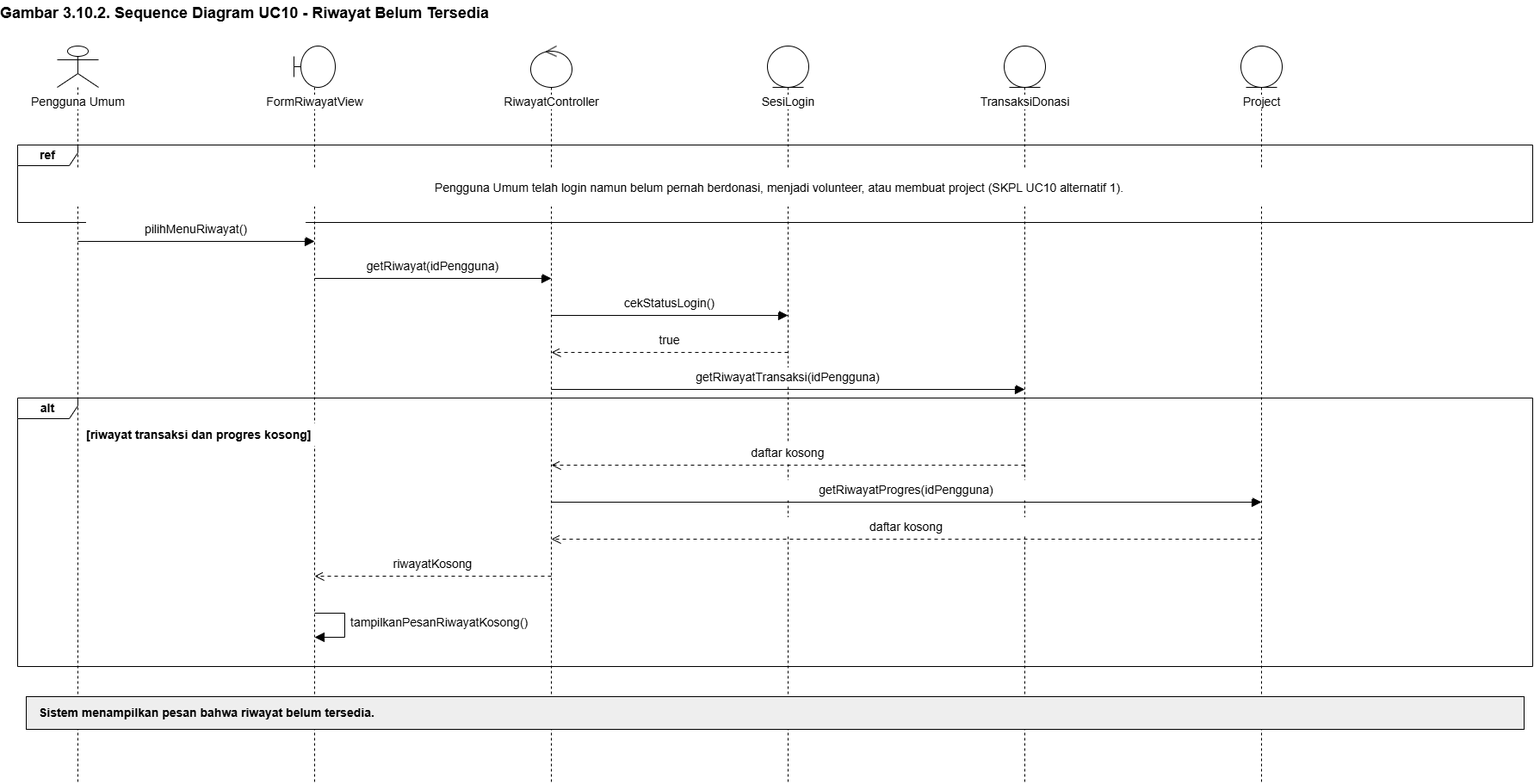
Brynpamungkas/IF2150-RPL-K02-G08 keeps this draw.io diagram as docs/M7/assets/diagram/sequence-uc10-alt1.png. Above is the earlier version. Source tidied: cells renumbered, new cells last; positions are measured from the earlier drawing's top-left corner, leaving out a move shared by most shapes. Its diagram source:
```xml
<mxGraphModel background="#FFFFFF">
  <root>
    <mxCell id="0" />
    <mxCell id="1" parent="0" />
    <mxCell id="2" value="Gambar 3.10.2. Sequence Diagram UC10 - Riwayat Belum Tersedia" style="text;html=1;strokeColor=none;fillColor=none;align=left;verticalAlign=middle;whiteSpace=wrap;overflow=visible;fontFamily=Arial;fontSize=18;fontStyle=1;spacing=0;" parent="1" vertex="1">
      <mxGeometry width="1780" height="30" as="geometry" />
    </mxCell>
    <mxCell id="3" value="Pengguna Umum" style="shape=umlLifeline;participant=umlActor;perimeter=lifelinePerimeter;whiteSpace=nowrap;html=1;verticalAlign=top;spacingTop=50;size=48;fontFamily=Arial;fontSize=14;labelBackgroundColor=#FFFFFF;fillColor=#FFFFFF;strokeColor=#000000;" parent="1" vertex="1">
      <mxGeometry x="66" y="53" width="48" height="856" as="geometry" />
    </mxCell>
    <mxCell id="4" value="FormRiwayatView" style="shape=umlLifeline;participant=umlBoundary;perimeter=lifelinePerimeter;whiteSpace=nowrap;html=1;verticalAlign=top;spacingTop=50;size=48;fontFamily=Arial;fontSize=14;labelBackgroundColor=#FFFFFF;fillColor=#FFFFFF;strokeColor=#000000;" parent="1" vertex="1">
      <mxGeometry x="341" y="53" width="48" height="856" as="geometry" />
    </mxCell>
    <mxCell id="5" value="RiwayatController" style="shape=umlLifeline;participant=umlControl;perimeter=lifelinePerimeter;whiteSpace=nowrap;html=1;verticalAlign=top;spacingTop=50;size=48;fontFamily=Arial;fontSize=14;labelBackgroundColor=#FFFFFF;fillColor=#FFFFFF;strokeColor=#000000;" parent="1" vertex="1">
      <mxGeometry x="616" y="53" width="48" height="856" as="geometry" />
    </mxCell>
    <mxCell id="6" value="SesiLogin" style="shape=umlLifeline;participant=umlEntity;perimeter=lifelinePerimeter;whiteSpace=nowrap;html=1;verticalAlign=top;spacingTop=50;size=48;fontFamily=Arial;fontSize=14;labelBackgroundColor=#FFFFFF;fillColor=#FFFFFF;strokeColor=#000000;" parent="1" vertex="1">
      <mxGeometry x="891" y="53" width="48" height="856" as="geometry" />
    </mxCell>
    <mxCell id="7" value="TransaksiDonasi" style="shape=umlLifeline;participant=umlEntity;perimeter=lifelinePerimeter;whiteSpace=nowrap;html=1;verticalAlign=top;spacingTop=50;size=48;fontFamily=Arial;fontSize=14;labelBackgroundColor=#FFFFFF;fillColor=#FFFFFF;strokeColor=#000000;" parent="1" vertex="1">
      <mxGeometry x="1166" y="53" width="48" height="856" as="geometry" />
    </mxCell>
    <mxCell id="8" value="Project" style="shape=umlLifeline;participant=umlEntity;perimeter=lifelinePerimeter;whiteSpace=nowrap;html=1;verticalAlign=top;spacingTop=50;size=48;fontFamily=Arial;fontSize=14;labelBackgroundColor=#FFFFFF;fillColor=#FFFFFF;strokeColor=#000000;" parent="1" vertex="1">
      <mxGeometry x="1441" y="53" width="48" height="856" as="geometry" />
    </mxCell>
    <mxCell id="9" value="ref" style="shape=umlFrame;whiteSpace=wrap;html=1;width=70;height=24;fontFamily=Arial;fontSize=14;fontStyle=1;fillColor=none;strokeColor=#000000;" parent="1" vertex="1">
      <mxGeometry x="20" y="168" width="1760" height="90" as="geometry" />
    </mxCell>
    <mxCell id="10" value="Pengguna Umum telah login namun belum pernah berdonasi, menjadi volunteer, atau membuat project (SKPL UC10 alternatif 1)." style="text;html=1;strokeColor=none;fillColor=white;align=center;verticalAlign=middle;whiteSpace=wrap;overflow=visible;fontFamily=Arial;fontSize=14;fontStyle=0;spacing=0;" parent="1" vertex="1">
      <mxGeometry x="80" y="195" width="1650" height="45" as="geometry" />
    </mxCell>
    <mxCell id="11" value="alt" style="shape=umlFrame;whiteSpace=wrap;html=1;width=70;height=24;fontFamily=Arial;fontSize=14;fontStyle=1;fillColor=none;strokeColor=#000000;" parent="1" vertex="1">
      <mxGeometry x="20" y="462" width="1760" height="312" as="geometry" />
    </mxCell>
    <mxCell id="12" value="[riwayat transaksi dan progres kosong]" style="text;html=1;strokeColor=none;fillColor=white;align=left;verticalAlign=middle;whiteSpace=wrap;overflow=visible;fontFamily=Arial;fontSize=14;fontStyle=1;spacing=0;" parent="1" vertex="1">
      <mxGeometry x="100" y="492" width="346" height="26" as="geometry" />
    </mxCell>
    <mxCell id="13" style="html=1;rounded=0;endArrow=block;endFill=1;endSize=9;strokeColor=#000000;" parent="1" edge="1">
      <mxGeometry relative="1" as="geometry">
        <mxPoint x="90" y="280" as="sourcePoint" />
        <mxPoint x="365" y="280" as="targetPoint" />
      </mxGeometry>
    </mxCell>
    <mxCell id="14" value="pilihMenuRiwayat()" style="text;html=1;strokeColor=none;fillColor=white;align=center;verticalAlign=middle;whiteSpace=wrap;overflow=visible;fontFamily=Arial;fontSize=14;fontStyle=0;spacing=0;" parent="1" vertex="1">
      <mxGeometry x="100" y="255" width="255" height="22" as="geometry" />
    </mxCell>
    <mxCell id="15" style="html=1;rounded=0;endArrow=block;endFill=1;endSize=9;strokeColor=#000000;" parent="1" edge="1">
      <mxGeometry relative="1" as="geometry">
        <mxPoint x="365" y="323" as="sourcePoint" />
        <mxPoint x="640" y="323" as="targetPoint" />
      </mxGeometry>
    </mxCell>
    <mxCell id="16" value="getRiwayat(idPengguna)" style="text;html=1;strokeColor=none;fillColor=white;align=center;verticalAlign=middle;whiteSpace=wrap;overflow=visible;fontFamily=Arial;fontSize=14;fontStyle=0;spacing=0;" parent="1" vertex="1">
      <mxGeometry x="375" y="298" width="255" height="22" as="geometry" />
    </mxCell>
    <mxCell id="17" style="html=1;rounded=0;endArrow=block;endFill=1;endSize=9;strokeColor=#000000;" parent="1" edge="1">
      <mxGeometry relative="1" as="geometry">
        <mxPoint x="640" y="366" as="sourcePoint" />
        <mxPoint x="915" y="366" as="targetPoint" />
      </mxGeometry>
    </mxCell>
    <mxCell id="18" value="cekStatusLogin()" style="text;html=1;strokeColor=none;fillColor=white;align=center;verticalAlign=middle;whiteSpace=wrap;overflow=visible;fontFamily=Arial;fontSize=14;fontStyle=0;spacing=0;" parent="1" vertex="1">
      <mxGeometry x="650" y="341" width="255" height="22" as="geometry" />
    </mxCell>
    <mxCell id="19" style="html=1;rounded=0;endArrow=open;endFill=0;endSize=9;strokeColor=#000000;dashed=1;dashPattern=4 4;" parent="1" edge="1">
      <mxGeometry relative="1" as="geometry">
        <mxPoint x="915" y="409" as="sourcePoint" />
        <mxPoint x="640" y="409" as="targetPoint" />
      </mxGeometry>
    </mxCell>
    <mxCell id="20" value="true" style="text;html=1;strokeColor=none;fillColor=white;align=center;verticalAlign=middle;whiteSpace=wrap;overflow=visible;fontFamily=Arial;fontSize=14;fontStyle=0;spacing=0;" parent="1" vertex="1">
      <mxGeometry x="650" y="384" width="255" height="22" as="geometry" />
    </mxCell>
    <mxCell id="21" style="html=1;rounded=0;endArrow=block;endFill=1;endSize=9;strokeColor=#000000;" parent="1" edge="1">
      <mxGeometry relative="1" as="geometry">
        <mxPoint x="640" y="452" as="sourcePoint" />
        <mxPoint x="1190" y="452" as="targetPoint" />
      </mxGeometry>
    </mxCell>
    <mxCell id="22" value="getRiwayatTransaksi(idPengguna)" style="text;html=1;strokeColor=none;fillColor=white;align=center;verticalAlign=middle;whiteSpace=wrap;overflow=visible;fontFamily=Arial;fontSize=14;fontStyle=0;spacing=0;" parent="1" vertex="1">
      <mxGeometry x="650" y="427" width="530" height="22" as="geometry" />
    </mxCell>
    <mxCell id="23" style="html=1;rounded=0;endArrow=open;endFill=0;endSize=9;strokeColor=#000000;dashed=1;dashPattern=4 4;" parent="1" edge="1">
      <mxGeometry relative="1" as="geometry">
        <mxPoint x="1190" y="540" as="sourcePoint" />
        <mxPoint x="640" y="540" as="targetPoint" />
      </mxGeometry>
    </mxCell>
    <mxCell id="24" value="daftar kosong" style="text;html=1;strokeColor=none;fillColor=white;align=center;verticalAlign=middle;whiteSpace=wrap;overflow=visible;fontFamily=Arial;fontSize=14;fontStyle=0;spacing=0;" parent="1" vertex="1">
      <mxGeometry x="650" y="515" width="530" height="22" as="geometry" />
    </mxCell>
    <mxCell id="25" style="html=1;rounded=0;endArrow=block;endFill=1;endSize=9;strokeColor=#000000;" parent="1" edge="1">
      <mxGeometry relative="1" as="geometry">
        <mxPoint x="640" y="583" as="sourcePoint" />
        <mxPoint x="1465" y="583" as="targetPoint" />
      </mxGeometry>
    </mxCell>
    <mxCell id="26" value="getRiwayatProgres(idPengguna)" style="text;html=1;strokeColor=none;fillColor=white;align=center;verticalAlign=middle;whiteSpace=wrap;overflow=visible;fontFamily=Arial;fontSize=14;fontStyle=0;spacing=0;" parent="1" vertex="1">
      <mxGeometry x="650" y="558" width="805" height="22" as="geometry" />
    </mxCell>
    <mxCell id="27" style="html=1;rounded=0;endArrow=open;endFill=0;endSize=9;strokeColor=#000000;dashed=1;dashPattern=4 4;" parent="1" edge="1">
      <mxGeometry relative="1" as="geometry">
        <mxPoint x="1465" y="626" as="sourcePoint" />
        <mxPoint x="640" y="626" as="targetPoint" />
      </mxGeometry>
    </mxCell>
    <mxCell id="28" value="daftar kosong" style="text;html=1;strokeColor=none;fillColor=white;align=center;verticalAlign=middle;whiteSpace=wrap;overflow=visible;fontFamily=Arial;fontSize=14;fontStyle=0;spacing=0;" parent="1" vertex="1">
      <mxGeometry x="650" y="601" width="805" height="22" as="geometry" />
    </mxCell>
    <mxCell id="29" style="html=1;rounded=0;endArrow=open;endFill=0;endSize=9;strokeColor=#000000;dashed=1;dashPattern=4 4;" parent="1" edge="1">
      <mxGeometry relative="1" as="geometry">
        <mxPoint x="640" y="669" as="sourcePoint" />
        <mxPoint x="365" y="669" as="targetPoint" />
      </mxGeometry>
    </mxCell>
    <mxCell id="30" value="riwayatKosong" style="text;html=1;strokeColor=none;fillColor=white;align=center;verticalAlign=middle;whiteSpace=wrap;overflow=visible;fontFamily=Arial;fontSize=14;fontStyle=0;spacing=0;" parent="1" vertex="1">
      <mxGeometry x="375" y="644" width="255" height="22" as="geometry" />
    </mxCell>
    <mxCell id="31" style="html=1;rounded=0;endArrow=block;endFill=1;endSize=9;strokeColor=#000000;" parent="1" edge="1">
      <mxGeometry relative="1" as="geometry">
        <mxPoint x="365" y="712" as="sourcePoint" />
        <mxPoint x="365" y="740" as="targetPoint" />
        <Array as="points">
          <mxPoint x="400" y="712" />
          <mxPoint x="400" y="740" />
        </Array>
      </mxGeometry>
    </mxCell>
    <mxCell id="32" value="tampilkanPesanRiwayatKosong()" style="text;html=1;strokeColor=none;fillColor=none;align=left;verticalAlign=middle;whiteSpace=wrap;overflow=visible;fontFamily=Arial;fontSize=14;fontStyle=0;spacing=0;" parent="1" vertex="1">
      <mxGeometry x="407" y="707" width="230" height="32" as="geometry" />
    </mxCell>
    <mxCell id="33" style="rounded=0;whiteSpace=wrap;html=1;fillColor=#EEEEEE;strokeColor=#000000;" parent="1" vertex="1">
      <mxGeometry x="30" y="809" width="1740" height="38" as="geometry" />
    </mxCell>
    <mxCell id="34" value="Sistem menampilkan pesan bahwa riwayat belum tersedia." style="text;html=1;strokeColor=none;fillColor=none;align=left;verticalAlign=middle;whiteSpace=wrap;overflow=visible;fontFamily=Arial;fontSize=14;fontStyle=1;spacing=0;" parent="1" vertex="1">
      <mxGeometry x="45" y="813" width="1710" height="30" as="geometry" />
    </mxCell>
  </root>
</mxGraphModel>
```
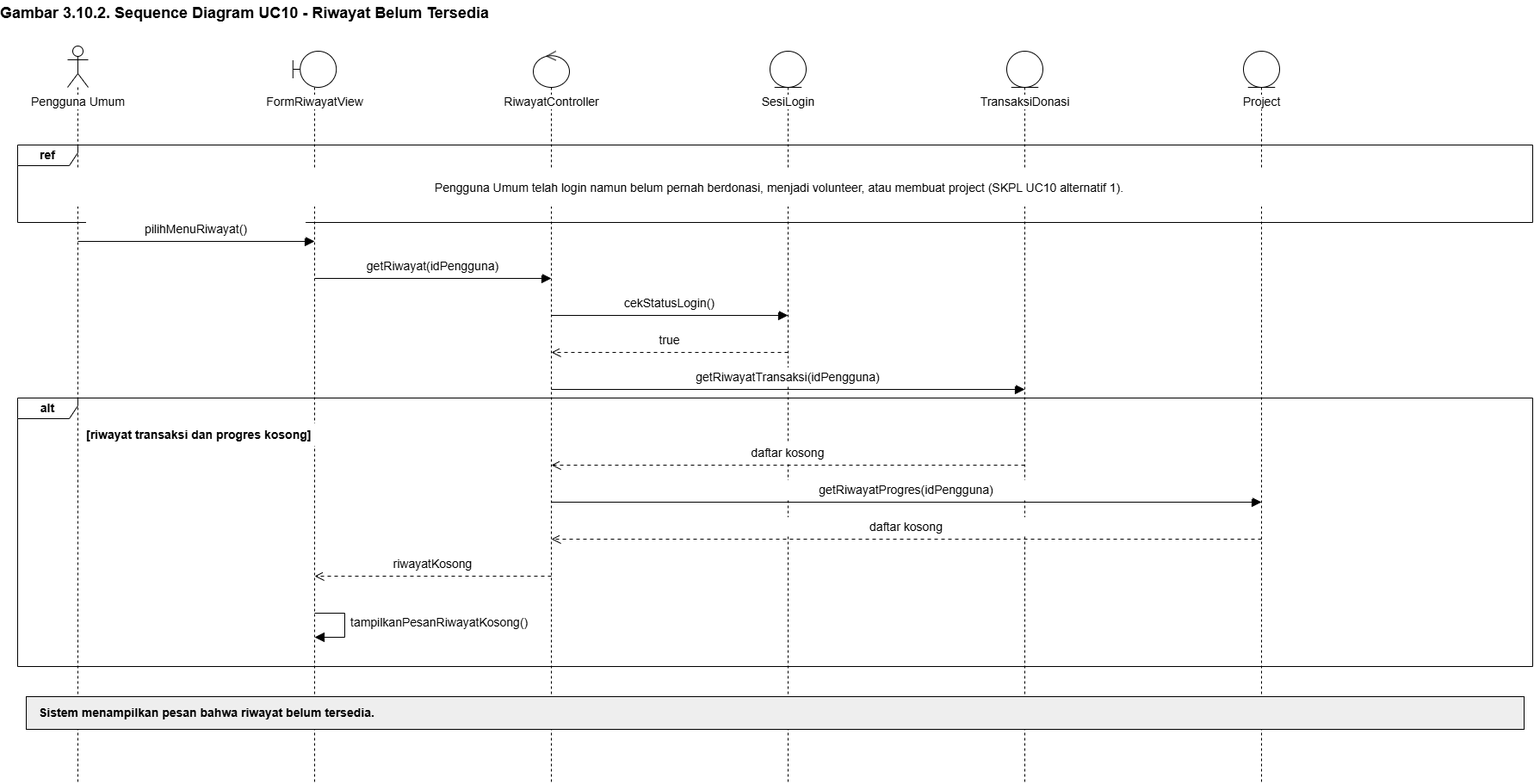
Later version of the same file.

Commit message:
assets: add sequence diagram 3.8-3.10

Diff of the diagram source:
```diff
@@ -6,22 +6,22 @@
       <mxGeometry width="1780" height="30" as="geometry" />
     </mxCell>
     <mxCell id="3" value="Pengguna Umum" style="shape=umlLifeline;participant=umlActor;perimeter=lifelinePerimeter;whiteSpace=nowrap;html=1;verticalAlign=top;spacingTop=50;size=48;fontFamily=Arial;fontSize=14;labelBackgroundColor=#FFFFFF;fillColor=#FFFFFF;strokeColor=#000000;" parent="1" vertex="1">
-      <mxGeometry x="66" y="53" width="48" height="856" as="geometry" />
+      <mxGeometry x="78" y="53" width="24" height="856" as="geometry" />
     </mxCell>
-    <mxCell id="4" value="FormRiwayatView" style="shape=umlLifeline;participant=umlBoundary;perimeter=lifelinePerimeter;whiteSpace=nowrap;html=1;verticalAlign=top;spacingTop=50;size=48;fontFamily=Arial;fontSize=14;labelBackgroundColor=#FFFFFF;fillColor=#FFFFFF;strokeColor=#000000;" parent="1" vertex="1">
-      <mxGeometry x="341" y="53" width="48" height="856" as="geometry" />
+    <mxCell id="4" value="FormRiwayatView" style="shape=umlLifeline;participant=umlBoundary;perimeter=lifelinePerimeter;whiteSpace=nowrap;html=1;verticalAlign=top;spacingTop=44;size=42;fontFamily=Arial;fontSize=14;labelBackgroundColor=#FFFFFF;fillColor=#FFFFFF;strokeColor=#000000;" parent="1" vertex="1">
+      <mxGeometry x="339.8" y="59" width="50.4" height="850" as="geometry" />
     </mxCell>
-    <mxCell id="5" value="RiwayatController" style="shape=umlLifeline;participant=umlControl;perimeter=lifelinePerimeter;whiteSpace=nowrap;html=1;verticalAlign=top;spacingTop=50;size=48;fontFamily=Arial;fontSize=14;labelBackgroundColor=#FFFFFF;fillColor=#FFFFFF;strokeColor=#000000;" parent="1" vertex="1">
-      <mxGeometry x="616" y="53" width="48" height="856" as="geometry" />
+    <mxCell id="5" value="RiwayatController" style="shape=umlLifeline;participant=umlControl;perimeter=lifelinePerimeter;whiteSpace=nowrap;html=1;verticalAlign=top;spacingTop=44;size=42;fontFamily=Arial;fontSize=14;labelBackgroundColor=#FFFFFF;fillColor=#FFFFFF;strokeColor=#000000;" parent="1" vertex="1">
+      <mxGeometry x="619" y="59" width="42" height="850" as="geometry" />
     </mxCell>
-    <mxCell id="6" value="SesiLogin" style="shape=umlLifeline;participant=umlEntity;perimeter=lifelinePerimeter;whiteSpace=nowrap;html=1;verticalAlign=top;spacingTop=50;size=48;fontFamily=Arial;fontSize=14;labelBackgroundColor=#FFFFFF;fillColor=#FFFFFF;strokeColor=#000000;" parent="1" vertex="1">
-      <mxGeometry x="891" y="53" width="48" height="856" as="geometry" />
+    <mxCell id="6" value="SesiLogin" style="shape=umlLifeline;participant=umlEntity;perimeter=lifelinePerimeter;whiteSpace=nowrap;html=1;verticalAlign=top;spacingTop=44;size=42;fontFamily=Arial;fontSize=14;labelBackgroundColor=#FFFFFF;fillColor=#FFFFFF;strokeColor=#000000;" parent="1" vertex="1">
+      <mxGeometry x="894" y="59" width="42" height="850" as="geometry" />
     </mxCell>
-    <mxCell id="7" value="TransaksiDonasi" style="shape=umlLifeline;participant=umlEntity;perimeter=lifelinePerimeter;whiteSpace=nowrap;html=1;verticalAlign=top;spacingTop=50;size=48;fontFamily=Arial;fontSize=14;labelBackgroundColor=#FFFFFF;fillColor=#FFFFFF;strokeColor=#000000;" parent="1" vertex="1">
-      <mxGeometry x="1166" y="53" width="48" height="856" as="geometry" />
+    <mxCell id="7" value="TransaksiDonasi" style="shape=umlLifeline;participant=umlEntity;perimeter=lifelinePerimeter;whiteSpace=nowrap;html=1;verticalAlign=top;spacingTop=44;size=42;fontFamily=Arial;fontSize=14;labelBackgroundColor=#FFFFFF;fillColor=#FFFFFF;strokeColor=#000000;" parent="1" vertex="1">
+      <mxGeometry x="1169" y="59" width="42" height="850" as="geometry" />
     </mxCell>
-    <mxCell id="8" value="Project" style="shape=umlLifeline;participant=umlEntity;perimeter=lifelinePerimeter;whiteSpace=nowrap;html=1;verticalAlign=top;spacingTop=50;size=48;fontFamily=Arial;fontSize=14;labelBackgroundColor=#FFFFFF;fillColor=#FFFFFF;strokeColor=#000000;" parent="1" vertex="1">
-      <mxGeometry x="1441" y="53" width="48" height="856" as="geometry" />
+    <mxCell id="8" value="Project" style="shape=umlLifeline;participant=umlEntity;perimeter=lifelinePerimeter;whiteSpace=nowrap;html=1;verticalAlign=top;spacingTop=44;size=42;fontFamily=Arial;fontSize=14;labelBackgroundColor=#FFFFFF;fillColor=#FFFFFF;strokeColor=#000000;" parent="1" vertex="1">
+      <mxGeometry x="1444" y="59" width="42" height="850" as="geometry" />
     </mxCell>
     <mxCell id="9" value="ref" style="shape=umlFrame;whiteSpace=wrap;html=1;width=70;height=24;fontFamily=Arial;fontSize=14;fontStyle=1;fillColor=none;strokeColor=#000000;" parent="1" vertex="1">
       <mxGeometry x="20" y="168" width="1760" height="90" as="geometry" />
```
